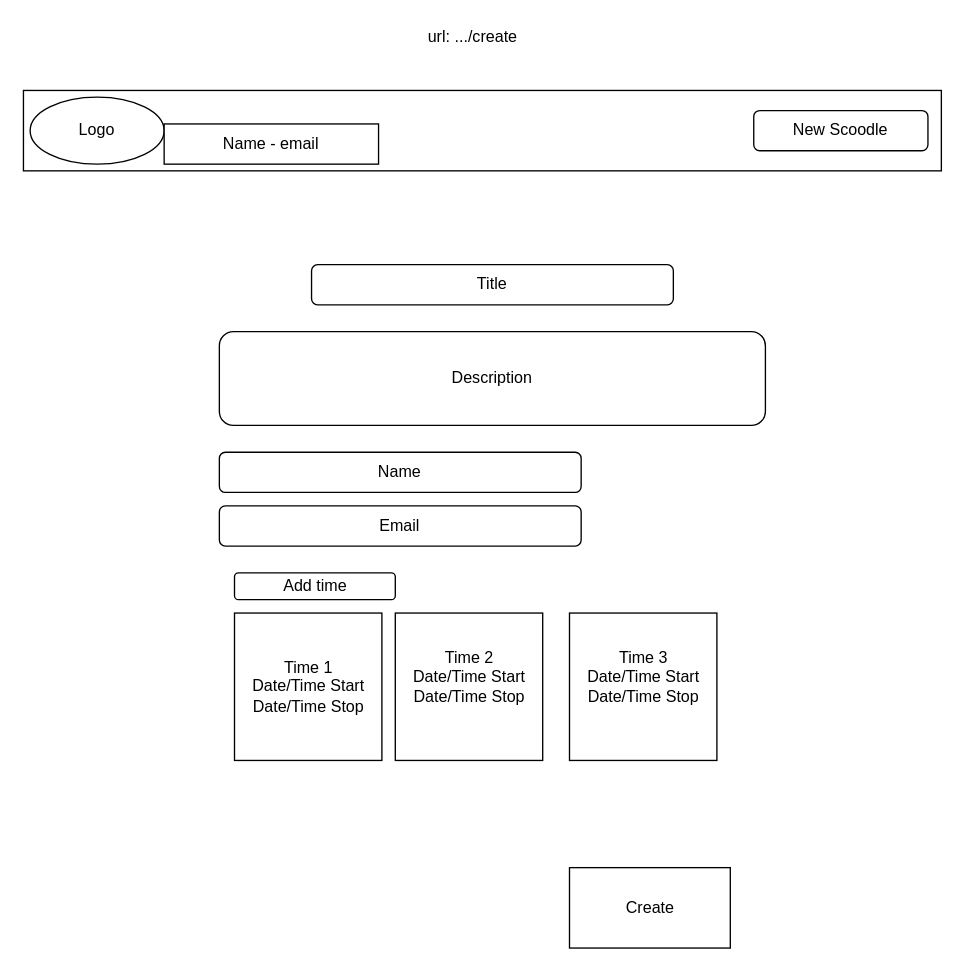
Above: page "Create Event Page" (3 of 3) of docs/planning/Scoodle_Wireframe.drawio in jeff-sexton/schoodle (draw.io), before the change. Source tidied: cells renumbered, new cells numbered last; positions are measured from the earlier drawing's top-left corner, leaving out a move shared by most shapes. Both pictures are drawn from the tidied source at 134%, with x=0, y=0 at pixel (23, 23).
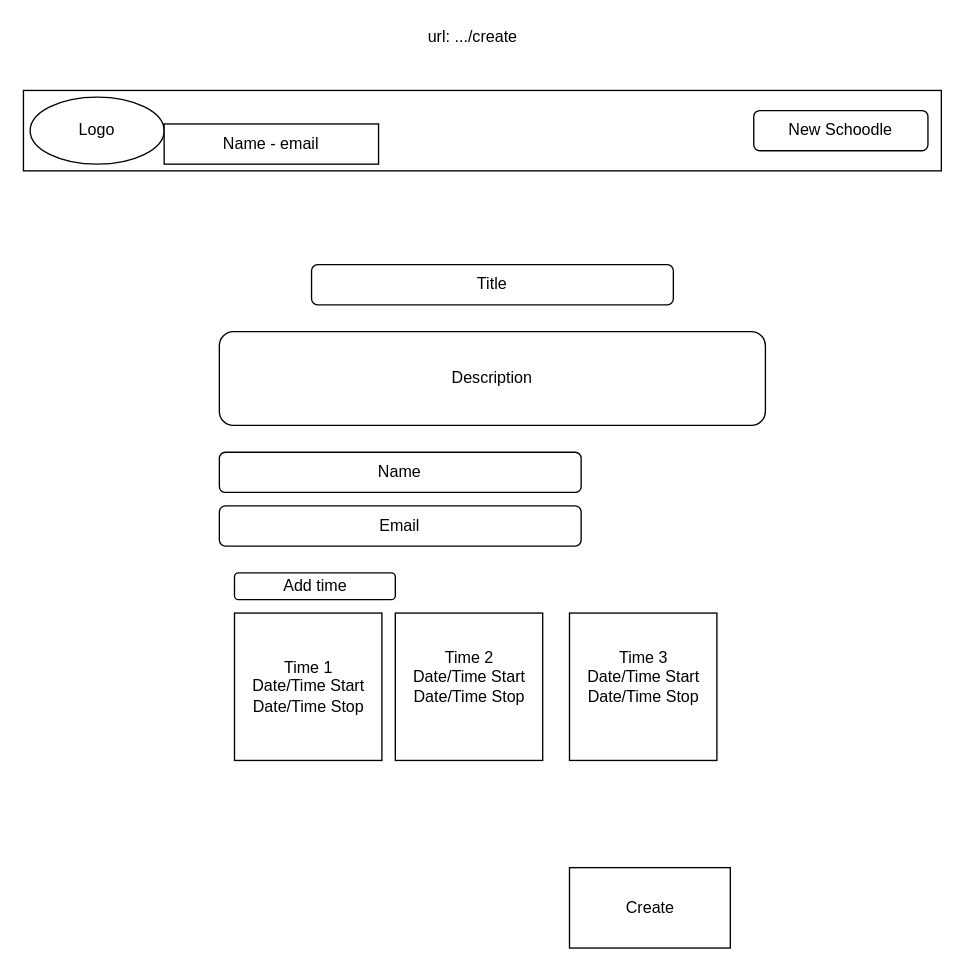
The same page after the edit.

The edit, as a diff of the source:
```diff
@@
 <mxGraphModel>
   <root>
     <mxCell id="0" />
     <mxCell id="1" parent="0" />
     <mxCell id="2" value="Time 1&lt;br&gt;Date/Time Start&lt;br&gt;Date/Time Stop&lt;br&gt;" style="whiteSpace=wrap;html=1;" parent="1" vertex="1">
       <mxGeometry x="157.5" y="440" width="110" height="110" as="geometry" />
     </mxCell>
     <mxCell id="3" value="Title" style="rounded=1;whiteSpace=wrap;html=1;" parent="1" vertex="1">
       <mxGeometry x="215" y="180" width="270" height="30" as="geometry" />
     </mxCell>
     <mxCell id="4" value="Description" style="rounded=1;whiteSpace=wrap;html=1;" parent="1" vertex="1">
       <mxGeometry x="146.2" y="230" width="407.5" height="70" as="geometry" />
     </mxCell>
     <mxCell id="5" value="Time 2&lt;br&gt;Date/Time Start&lt;br&gt;Date/Time Stop&lt;br&gt;&lt;br&gt;" style="whiteSpace=wrap;html=1;" parent="1" vertex="1">
       <mxGeometry x="277.5" y="440" width="110" height="110" as="geometry" />
     </mxCell>
     <mxCell id="6" value="Time 3&lt;br&gt;Date/Time Start&lt;br&gt;Date/Time Stop&lt;br&gt;&lt;br&gt;" style="whiteSpace=wrap;html=1;" parent="1" vertex="1">
       <mxGeometry x="407.5" y="440" width="110" height="110" as="geometry" />
     </mxCell>
     <mxCell id="7" style="rounded=0;whiteSpace=wrap;html=1;" parent="1" vertex="1">
       <mxGeometry y="50" width="685" height="60" as="geometry" />
     </mxCell>
-    <mxCell id="8" value="New Scoodle" style="rounded=1;whiteSpace=wrap;html=1;" parent="1" vertex="1">
+    <mxCell id="8" value="New Schoodle" style="rounded=1;whiteSpace=wrap;html=1;" parent="1" vertex="1">
       <mxGeometry x="545" y="65" width="130" height="30" as="geometry" />
     </mxCell>
     <mxCell id="9" value="Logo" style="ellipse;whiteSpace=wrap;html=1;" parent="1" vertex="1">
       <mxGeometry x="5" y="55" width="100" height="50" as="geometry" />
     </mxCell>
     <mxCell id="10" value="Name - email" style="rounded=0;whiteSpace=wrap;html=1;" parent="1" vertex="1">
       <mxGeometry x="105" y="75" width="160" height="30" as="geometry" />
     </mxCell>
     <mxCell id="11" value="Add time" style="rounded=1;whiteSpace=wrap;html=1;" parent="1" vertex="1">
       <mxGeometry x="157.5" y="410" width="120" height="20" as="geometry" />
     </mxCell>
     <mxCell id="12" value="Create" style="rounded=0;whiteSpace=wrap;html=1;" parent="1" vertex="1">
       <mxGeometry x="407.5" y="630" width="120" height="60" as="geometry" />
     </mxCell>
     <mxCell id="13" value="Email" style="rounded=1;whiteSpace=wrap;html=1;" parent="1" vertex="1">
       <mxGeometry x="146.2" y="360" width="270" height="30" as="geometry" />
     </mxCell>
     <mxCell id="14" value="Name" style="rounded=1;whiteSpace=wrap;html=1;" parent="1" vertex="1">
       <mxGeometry x="146.2" y="320" width="270" height="30" as="geometry" />
     </mxCell>
     <mxCell id="15" value="url: .../create" style="text;html=1;align=center;verticalAlign=middle;fillColor=none;strokeColor=none;rounded=0;" parent="1" vertex="1">
       <mxGeometry x="295" width="80" height="20" as="geometry" />
     </mxCell>
   </root>
 </mxGraphModel>
```
